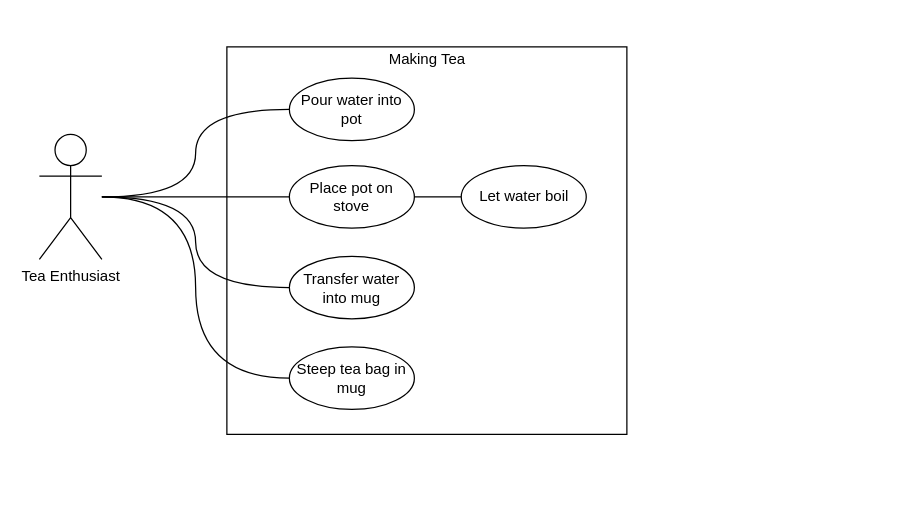
aulo/CISC210Draw keeps this draw.io diagram as page "Use Case" (1 of 3) of TeaMidterm.drawio. Above is the earlier version. Source tidied: cells renumbered, new cells numbered last; positions are measured from the earlier drawing's top-left corner, leaving out a move shared by most shapes. Both pictures are drawn from the tidied source at 125%, with x=0, y=0 at pixel (39, 46).
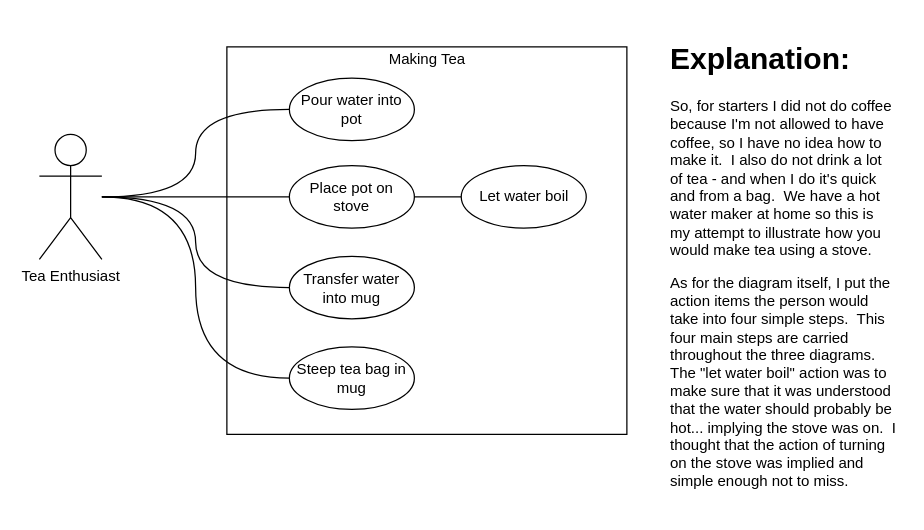
Above is the later version.

Diff of the diagram source:
```diff
@@
 <mxGraphModel>
   <root>
     <mxCell id="0" />
     <mxCell id="1" parent="0" />
     <mxCell id="2" style="rounded=0;whiteSpace=wrap;html=1;" parent="1" vertex="1">
       <mxGeometry x="150" width="320" height="310" as="geometry" />
     </mxCell>
     <mxCell id="3" style="edgeStyle=orthogonalEdgeStyle;jettySize=auto;html=1;curved=1;endArrow=none;endFill=0;" parent="1" edge="1" source="7" target="9">
       <mxGeometry relative="1" as="geometry" />
     </mxCell>
     <mxCell id="4" style="edgeStyle=orthogonalEdgeStyle;curved=1;jettySize=auto;html=1;endArrow=none;endFill=0;entryX=0;entryY=0.5;entryDx=0;entryDy=0;" parent="1" edge="1" source="7" target="10">
       <mxGeometry relative="1" as="geometry" />
     </mxCell>
     <mxCell id="5" style="edgeStyle=orthogonalEdgeStyle;curved=1;jettySize=auto;html=1;endArrow=none;endFill=0;entryX=0;entryY=0.5;entryDx=0;entryDy=0;" parent="1" edge="1" source="7" target="13">
       <mxGeometry relative="1" as="geometry" />
     </mxCell>
     <mxCell id="6" style="edgeStyle=orthogonalEdgeStyle;curved=1;jettySize=auto;html=1;endArrow=none;endFill=0;entryX=0;entryY=0.5;entryDx=0;entryDy=0;" parent="1" edge="1" source="7" target="14">
       <mxGeometry relative="1" as="geometry" />
     </mxCell>
     <mxCell id="7" value="Tea Enthusiast" style="shape=umlActor;verticalLabelPosition=bottom;labelBackgroundColor=#ffffff;verticalAlign=top;html=1;outlineConnect=0;" parent="1" vertex="1">
       <mxGeometry y="70" width="50" height="100" as="geometry" />
     </mxCell>
     <mxCell id="8" value="Making Tea" style="text;html=1;strokeColor=none;fillColor=none;align=center;verticalAlign=middle;whiteSpace=wrap;rounded=0;" parent="1" vertex="1">
       <mxGeometry x="277.5" width="65" height="20" as="geometry" />
     </mxCell>
     <mxCell id="9" value="Pour water into pot" style="ellipse;whiteSpace=wrap;html=1;" parent="1" vertex="1">
       <mxGeometry x="200" y="25" width="100" height="50" as="geometry" />
     </mxCell>
     <mxCell id="10" value="Place pot on stove" style="ellipse;whiteSpace=wrap;html=1;" parent="1" vertex="1">
       <mxGeometry x="200" y="95" width="100" height="50" as="geometry" />
     </mxCell>
     <mxCell id="11" style="edgeStyle=orthogonalEdgeStyle;curved=1;jettySize=auto;html=1;endArrow=none;endFill=0;" parent="1" edge="1" source="12" target="10">
       <mxGeometry relative="1" as="geometry" />
     </mxCell>
     <mxCell id="12" value="Let water boil" style="ellipse;whiteSpace=wrap;html=1;" parent="1" vertex="1">
       <mxGeometry x="337.5" y="95" width="100" height="50" as="geometry" />
     </mxCell>
     <mxCell id="13" value="Transfer water into mug" style="ellipse;whiteSpace=wrap;html=1;" parent="1" vertex="1">
       <mxGeometry x="200" y="167.5" width="100" height="50" as="geometry" />
     </mxCell>
     <mxCell id="14" value="Steep tea bag in mug" style="ellipse;whiteSpace=wrap;html=1;" parent="1" vertex="1">
       <mxGeometry x="200" y="240" width="100" height="50" as="geometry" />
     </mxCell>
+    <mxCell id="15" value="&lt;h1&gt;Explanation:&lt;/h1&gt;&lt;p&gt;So, for starters I did not do coffee because I'm not allowed to have coffee, so I have no idea how to make it.&amp;nbsp; I also do not drink a lot of tea - and when I do it's quick and from a bag.&amp;nbsp;&amp;nbsp;&lt;span&gt;We have a hot water maker at home so this is my attempt to illustrate how you would make tea using a stove.&lt;/span&gt;&lt;/p&gt;&lt;p&gt;&lt;span&gt;As for the diagram itself, I put the action items the person would take into four simple steps.&amp;nbsp; This four main steps are carried throughout the three diagrams.&amp;nbsp; The &quot;let water boil&quot; action was to make sure that it was understood that the water should probably be hot... implying the stove was on.&amp;nbsp; I thought that the action of turning on the stove was implied and simple enough not to miss.&lt;/span&gt;&lt;br&gt;&lt;/p&gt;" style="text;html=1;strokeColor=none;fillColor=none;spacing=5;spacingTop=-20;whiteSpace=wrap;overflow=hidden;rounded=0;align=left;" parent="1" vertex="1">
+      <mxGeometry x="500" y="-10" width="190" height="380" as="geometry" />
+    </mxCell>
   </root>
 </mxGraphModel>
```
